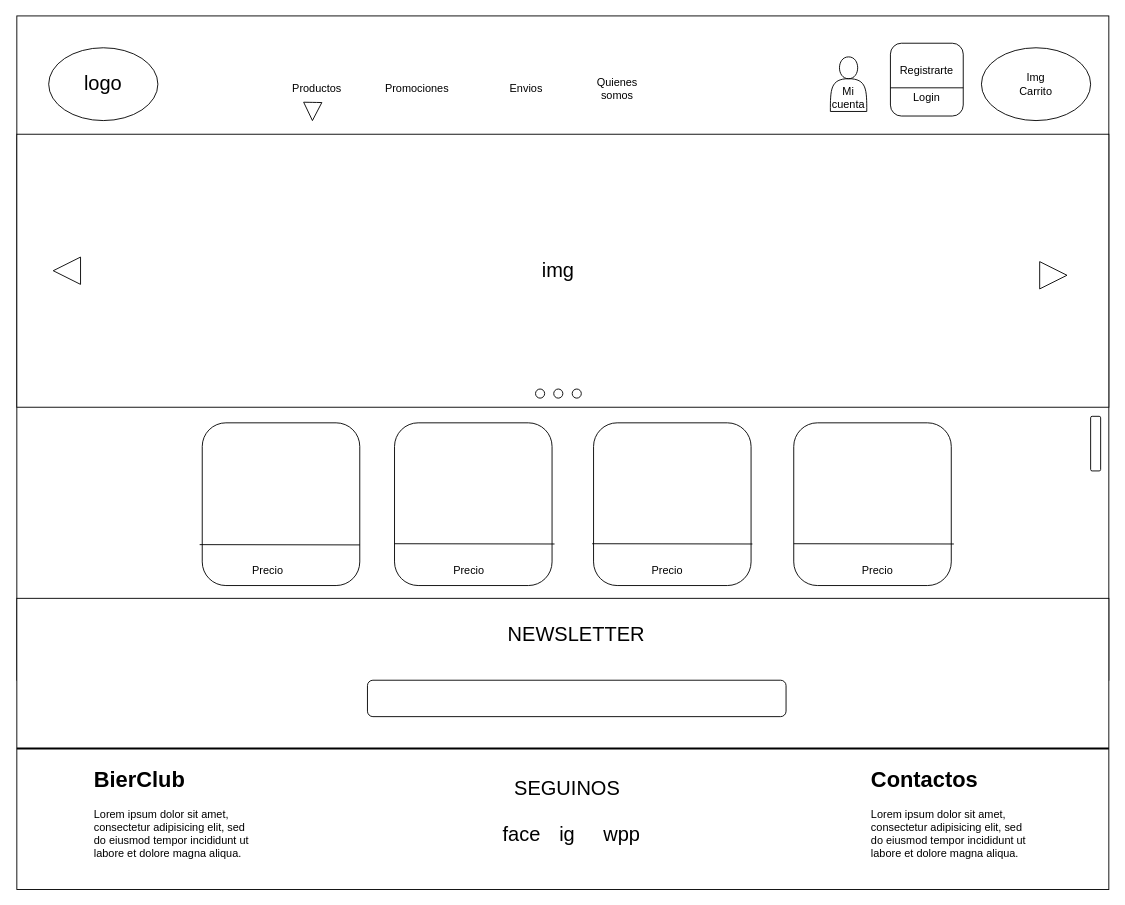
The draw.io diagram page "Page-3" (3 of 3) of Bocetos/Bocetos-de-Home/Home-1200.drawio in Evaristodantur/BierClub, before the edit. Source tidied: cells renumbered, new cells numbered last; positions are measured from the earlier drawing's top-left corner, leaving out a move shared by most shapes. Both pictures are drawn from the tidied source at 91%, with x=0, y=0 at pixel (16, 15).
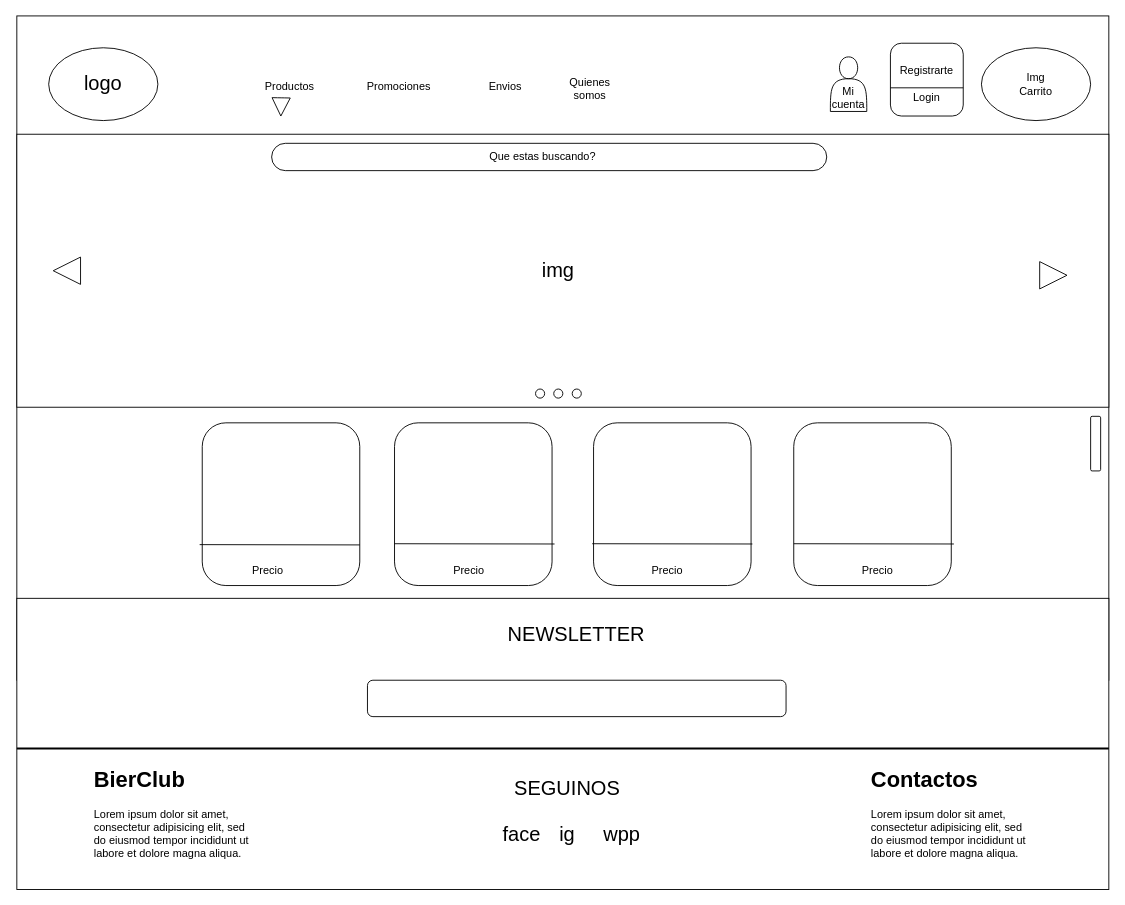
The same diagram, later.

The edit, as a diff of the source:
```diff
@@
     <mxCell id="3" value="Productos" style="text;html=1;strokeColor=none;fillColor=none;align=center;verticalAlign=middle;whiteSpace=wrap;rounded=0;" parent="1" vertex="1">
-      <mxGeometry x="310" y="70" width="40" height="20" as="geometry" />
+      <mxGeometry x="280" y="67.5" width="40" height="20" as="geometry" />
     </mxCell>
     <mxCell id="4" value="Promociones" style="text;html=1;strokeColor=none;fillColor=none;align=center;verticalAlign=middle;whiteSpace=wrap;rounded=0;" parent="1" vertex="1">
-      <mxGeometry x="420" y="70" width="40" height="20" as="geometry" />
+      <mxGeometry x="400" y="67.5" width="40" height="20" as="geometry" />
     </mxCell>
     <mxCell id="5" value="Envios" style="text;html=1;strokeColor=none;fillColor=none;align=center;verticalAlign=middle;whiteSpace=wrap;rounded=0;" parent="1" vertex="1">
-      <mxGeometry x="540" y="70" width="40" height="20" as="geometry" />
+      <mxGeometry x="516.6" y="67.5" width="40" height="20" as="geometry" />
     </mxCell>
@@
     <mxCell id="7" value="Quienes somos" style="text;html=1;strokeColor=none;fillColor=none;align=center;verticalAlign=middle;whiteSpace=wrap;rounded=0;" parent="1" vertex="1">
-      <mxGeometry x="640" y="70" width="40" height="20" as="geometry" />
+      <mxGeometry x="610.3" y="70" width="40" height="20" as="geometry" />
     </mxCell>
@@
     <mxCell id="31" style="html=1;shadow=0;dashed=0;align=center;verticalAlign=middle;shape=mxgraph.arrows2.arrow;dy=0.6;dx=40;direction=north;notch=0;rotation=-179;" parent="1" vertex="1">
-      <mxGeometry x="315" y="95" width="20" height="20" as="geometry" />
+      <mxGeometry x="280.3" y="90" width="20" height="20" as="geometry" />
     </mxCell>
@@
+    <mxCell id="49" style="group;" parent="1" vertex="1">
+      <mxGeometry x="340" y="140" width="610" height="30" as="geometry" />
+    </mxCell>
+    <mxCell id="50" style="rounded=1;whiteSpace=wrap;html=1;arcSize=50;" parent="49" vertex="1">
+      <mxGeometry x="-60" width="610" height="30" as="geometry" />
+    </mxCell>
+    <mxCell id="51" value="Que estas buscando?" style="text;html=1;strokeColor=none;fillColor=none;align=center;verticalAlign=middle;whiteSpace=wrap;rounded=0;" parent="49" vertex="1">
+      <mxGeometry x="116.2" y="7.5" width="244" height="15" as="geometry" />
+    </mxCell>
```
